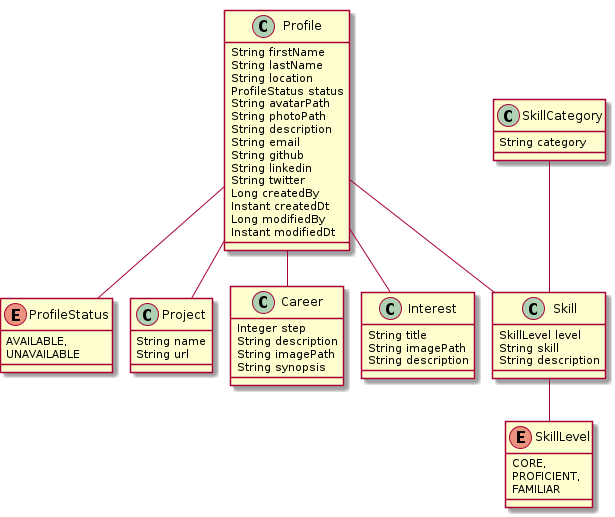
This is jhipster-developer-portfolio.png from RatJuggler/jhipster-jdl, a PlantUML export, as it was before one commit.
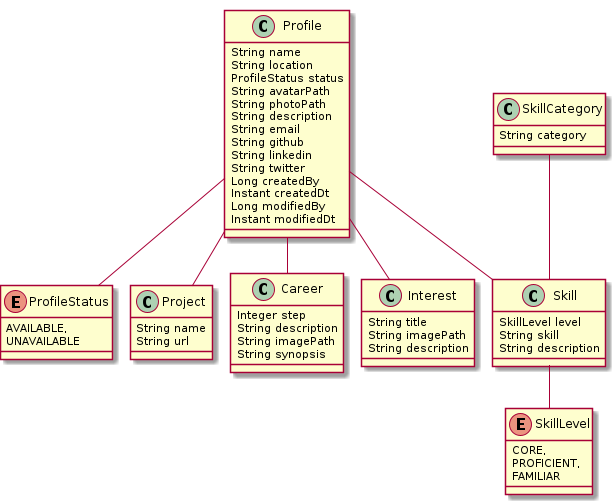
The same diagram one commit later.

Commit message:
Just use a single name field for simplicity.

Diff of the diagram source:
```diff
@@ -2,8 +2,7 @@
 	!pragma graphviz_dot jdot
 	!pragma syntax class
 	class Profile  {
-		String firstName
-		String lastName
+		String name
 		String location
 		ProfileStatus status
 		String avatarPath
```
